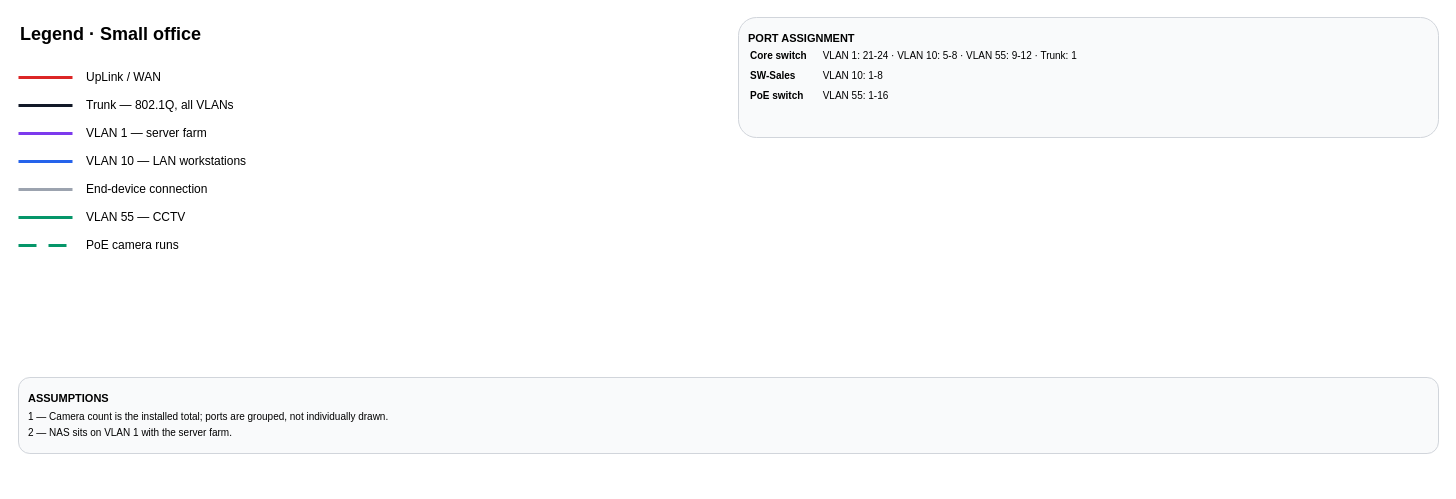
The draw.io diagram page "Legend" (2 of 2) of examples-output/small-office.drawio in shkholikov/ithink-skills, before the edit. Source tidied: cells renumbered, new cells numbered last; positions are measured from the earlier drawing's top-left corner, leaving out a move shared by most shapes. Both pictures are drawn from the tidied source at 100%, with x=0, y=0 at pixel (18, 17).
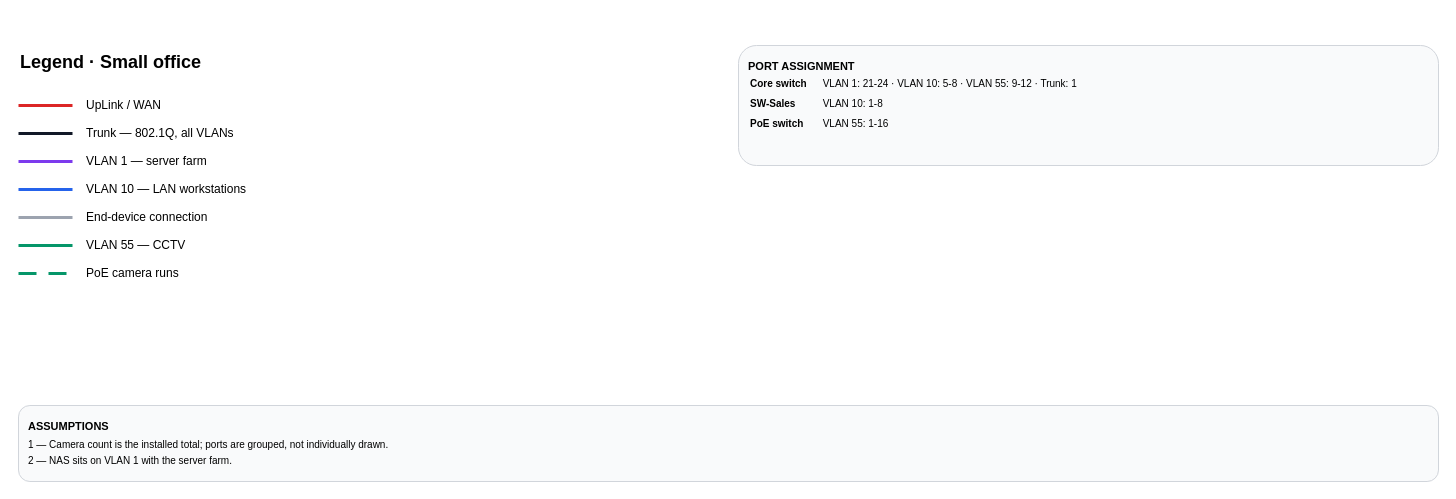
Above is the later version.

Change to the diagram source:
```diff
@@
     <mxCell id="2" value="&lt;font style='font-size:18px'&gt;&lt;b&gt;Legend · Small office&lt;/b&gt;&lt;/font&gt;" style="text;html=1;align=left;verticalAlign=middle;strokeColor=none;fillColor=none;" parent="1" vertex="1">
-      <mxGeometry width="700" height="34" as="geometry" />
+      <mxGeometry y="28" width="700" height="34" as="geometry" />
     </mxCell>
-    <mxCell id="3" style="endArrow=none;html=1;strokeColor=#DC2626;strokeWidth=3;dashed=0;" parent="1" edge="1">
-      <mxGeometry relative="1" as="geometry">
-        <mxPoint y="60" as="sourcePoint" />
-        <mxPoint x="54" y="60" as="targetPoint" />
-      </mxGeometry>
-    </mxCell>
-    <mxCell id="4" value="UpLink / WAN" style="text;html=1;align=left;verticalAlign=middle;strokeColor=none;fillColor=none;fontSize=12;" parent="1" vertex="1">
-      <mxGeometry x="66" y="50" width="520" height="20" as="geometry" />
-    </mxCell>
-    <mxCell id="5" style="endArrow=none;html=1;strokeColor=#111827;strokeWidth=3;dashed=0;" parent="1" edge="1">
+    <mxCell id="5" style="endArrow=none;html=1;strokeColor=#DC2626;strokeWidth=3;dashed=0;" parent="1" edge="1">
       <mxGeometry relative="1" as="geometry">
         <mxPoint y="88" as="sourcePoint" />
         <mxPoint x="54" y="88" as="targetPoint" />
       </mxGeometry>
     </mxCell>
-    <mxCell id="6" value="Trunk — 802.1Q, all VLANs" style="text;html=1;align=left;verticalAlign=middle;strokeColor=none;fillColor=none;fontSize=12;" parent="1" vertex="1">
+    <mxCell id="6" value="UpLink / WAN" style="text;html=1;align=left;verticalAlign=middle;strokeColor=none;fillColor=none;fontSize=12;" parent="1" vertex="1">
       <mxGeometry x="66" y="78" width="520" height="20" as="geometry" />
     </mxCell>
-    <mxCell id="7" style="endArrow=none;html=1;strokeColor=#7C3AED;strokeWidth=3;dashed=0;" parent="1" edge="1">
+    <mxCell id="7" style="endArrow=none;html=1;strokeColor=#111827;strokeWidth=3;dashed=0;" parent="1" edge="1">
       <mxGeometry relative="1" as="geometry">
         <mxPoint y="116" as="sourcePoint" />
         <mxPoint x="54" y="116" as="targetPoint" />
       </mxGeometry>
     </mxCell>
-    <mxCell id="8" value="VLAN 1 — server farm" style="text;html=1;align=left;verticalAlign=middle;strokeColor=none;fillColor=none;fontSize=12;" parent="1" vertex="1">
+    <mxCell id="8" value="Trunk — 802.1Q, all VLANs" style="text;html=1;align=left;verticalAlign=middle;strokeColor=none;fillColor=none;fontSize=12;" parent="1" vertex="1">
       <mxGeometry x="66" y="106" width="520" height="20" as="geometry" />
     </mxCell>
-    <mxCell id="9" style="endArrow=none;html=1;strokeColor=#2563EB;strokeWidth=3;dashed=0;" parent="1" edge="1">
+    <mxCell id="9" style="endArrow=none;html=1;strokeColor=#7C3AED;strokeWidth=3;dashed=0;" parent="1" edge="1">
       <mxGeometry relative="1" as="geometry">
         <mxPoint y="144" as="sourcePoint" />
         <mxPoint x="54" y="144" as="targetPoint" />
       </mxGeometry>
     </mxCell>
-    <mxCell id="10" value="VLAN 10 — LAN workstations" style="text;html=1;align=left;verticalAlign=middle;strokeColor=none;fillColor=none;fontSize=12;" parent="1" vertex="1">
+    <mxCell id="10" value="VLAN 1 — server farm" style="text;html=1;align=left;verticalAlign=middle;strokeColor=none;fillColor=none;fontSize=12;" parent="1" vertex="1">
       <mxGeometry x="66" y="134" width="520" height="20" as="geometry" />
     </mxCell>
-    <mxCell id="11" style="endArrow=none;html=1;strokeColor=#9CA3AF;strokeWidth=3;dashed=0;" parent="1" edge="1">
+    <mxCell id="11" style="endArrow=none;html=1;strokeColor=#2563EB;strokeWidth=3;dashed=0;" parent="1" edge="1">
       <mxGeometry relative="1" as="geometry">
         <mxPoint y="172" as="sourcePoint" />
         <mxPoint x="54" y="172" as="targetPoint" />
       </mxGeometry>
     </mxCell>
-    <mxCell id="12" value="End-device connection" style="text;html=1;align=left;verticalAlign=middle;strokeColor=none;fillColor=none;fontSize=12;" parent="1" vertex="1">
+    <mxCell id="12" value="VLAN 10 — LAN workstations" style="text;html=1;align=left;verticalAlign=middle;strokeColor=none;fillColor=none;fontSize=12;" parent="1" vertex="1">
       <mxGeometry x="66" y="162" width="520" height="20" as="geometry" />
     </mxCell>
-    <mxCell id="13" style="endArrow=none;html=1;strokeColor=#059669;strokeWidth=3;dashed=0;" parent="1" edge="1">
+    <mxCell id="13" style="endArrow=none;html=1;strokeColor=#9CA3AF;strokeWidth=3;dashed=0;" parent="1" edge="1">
       <mxGeometry relative="1" as="geometry">
         <mxPoint y="200" as="sourcePoint" />
         <mxPoint x="54" y="200" as="targetPoint" />
       </mxGeometry>
     </mxCell>
-    <mxCell id="14" value="VLAN 55 — CCTV" style="text;html=1;align=left;verticalAlign=middle;strokeColor=none;fillColor=none;fontSize=12;" parent="1" vertex="1">
+    <mxCell id="14" value="End-device connection" style="text;html=1;align=left;verticalAlign=middle;strokeColor=none;fillColor=none;fontSize=12;" parent="1" vertex="1">
       <mxGeometry x="66" y="190" width="520" height="20" as="geometry" />
     </mxCell>
-    <mxCell id="15" style="endArrow=none;html=1;strokeColor=#059669;strokeWidth=3;dashed=1;dashPattern=6 4;" parent="1" edge="1">
+    <mxCell id="15" style="endArrow=none;html=1;strokeColor=#059669;strokeWidth=3;dashed=0;" parent="1" edge="1">
       <mxGeometry relative="1" as="geometry">
         <mxPoint y="228" as="sourcePoint" />
         <mxPoint x="54" y="228" as="targetPoint" />
       </mxGeometry>
     </mxCell>
-    <mxCell id="16" value="PoE camera runs" style="text;html=1;align=left;verticalAlign=middle;strokeColor=none;fillColor=none;fontSize=12;" parent="1" vertex="1">
+    <mxCell id="16" value="VLAN 55 — CCTV" style="text;html=1;align=left;verticalAlign=middle;strokeColor=none;fillColor=none;fontSize=12;" parent="1" vertex="1">
       <mxGeometry x="66" y="218" width="520" height="20" as="geometry" />
     </mxCell>
+    <mxCell id="19" style="endArrow=none;html=1;strokeColor=#059669;strokeWidth=3;dashed=1;dashPattern=6 4;" parent="1" edge="1">
+      <mxGeometry relative="1" as="geometry">
+        <mxPoint y="256" as="sourcePoint" />
+        <mxPoint x="54" y="256" as="targetPoint" />
+      </mxGeometry>
+    </mxCell>
+    <mxCell id="20" value="PoE camera runs" style="text;html=1;align=left;verticalAlign=middle;strokeColor=none;fillColor=none;fontSize=12;" parent="1" vertex="1">
+      <mxGeometry x="66" y="246" width="520" height="20" as="geometry" />
+    </mxCell>
     <mxCell id="17" value="&lt;div style='text-align:left'&gt;&lt;b&gt;PORT ASSIGNMENT&lt;/b&gt;&lt;table style='font-size:10px'&gt;&lt;tr&gt;&lt;td style='padding:3px 14px 3px 0'&gt;&lt;b&gt;Core switch&lt;/b&gt;&lt;/td&gt;&lt;td style='padding:3px 0'&gt;VLAN 1: 21-24 · VLAN 10: 5-8 · VLAN 55: 9-12 · Trunk: 1&lt;/td&gt;&lt;/tr&gt;&lt;tr&gt;&lt;td style='padding:3px 14px 3px 0'&gt;&lt;b&gt;SW-Sales&lt;/b&gt;&lt;/td&gt;&lt;td style='padding:3px 0'&gt;VLAN 10: 1-8&lt;/td&gt;&lt;/tr&gt;&lt;tr&gt;&lt;td style='padding:3px 14px 3px 0'&gt;&lt;b&gt;PoE switch&lt;/b&gt;&lt;/td&gt;&lt;td style='padding:3px 0'&gt;VLAN 55: 1-16&lt;/td&gt;&lt;/tr&gt;&lt;/table&gt;&lt;/div&gt;" style="rounded=1;whiteSpace=wrap;html=1;fillColor=#F9FAFB;strokeColor=#D1D5DB;align=left;verticalAlign=top;spacing=10;fontSize=11;" parent="1" vertex="1">
-      <mxGeometry x="720" width="700" height="120" as="geometry" />
+      <mxGeometry x="720" y="28" width="700" height="120" as="geometry" />
     </mxCell>
     <mxCell id="18" value="&lt;div style='text-align:left'&gt;&lt;b&gt;ASSUMPTIONS&lt;/b&gt;&lt;div style='font-size:10px;margin-top:6px'&gt;&lt;div style='margin-bottom:4px'&gt;1 — Camera count is the installed total; ports are grouped, not individually drawn.&lt;/div&gt;&lt;div style='margin-bottom:4px'&gt;2 — NAS sits on VLAN 1 with the server farm.&lt;/div&gt;&lt;/div&gt;&lt;/div&gt;" style="rounded=1;whiteSpace=wrap;html=1;fillColor=#F9FAFB;strokeColor=#D1D5DB;align=left;verticalAlign=top;spacing=10;fontSize=11;" parent="1" vertex="1">
-      <mxGeometry y="360" width="1420" height="76" as="geometry" />
+      <mxGeometry y="388" width="1420" height="76" as="geometry" />
     </mxCell>
```
